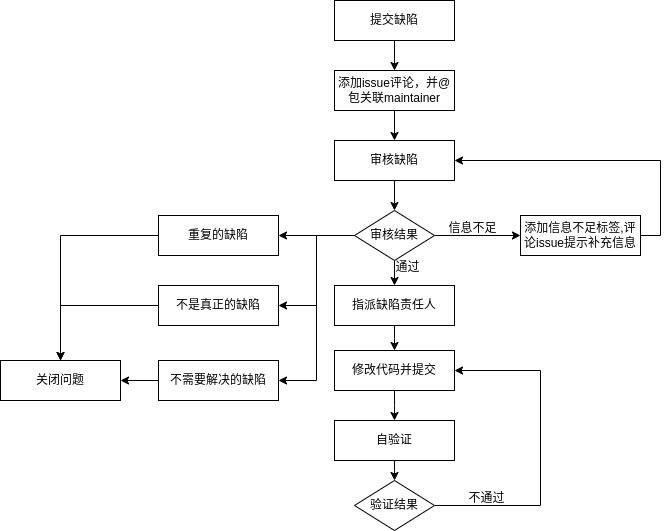
This is 缺陷issue处理流程.png from weijiang1994/draw-io, a draw.io export, as it was before one commit. Source tidied: cells renumbered, new cells last; positions are measured from the earlier drawing's top-left corner, leaving out a move shared by most shapes.
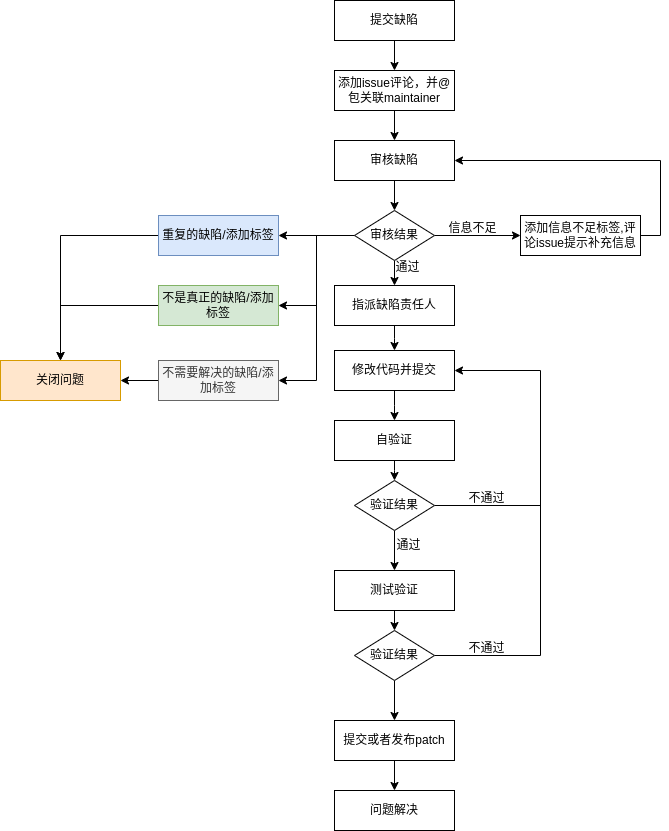
Later version of the same file.

Commit message:
更新缺陷issue处理流程.png

The edit, as a diff of the source:
```diff
@@ -37,7 +37,7 @@
     <mxCell id="12" style="edgeStyle=orthogonalEdgeStyle;rounded=0;jettySize=auto;html=1;exitX=0;exitY=0.5;exitDx=0;exitDy=0;entryX=1;entryY=0.5;entryDx=0;entryDy=0;fontSize=5;startArrow=none;startFill=0;endArrow=classic;endFill=1;elbow=vertical;" parent="1" edge="1" source="13" target="26">
       <mxGeometry relative="1" as="geometry" />
     </mxCell>
-    <mxCell id="13" value="审核结果" style="rhombus;whiteSpace=wrap;html=1;" parent="1" vertex="1">
+    <mxCell id="13" value="审核结果" style="rhombus;whiteSpace=wrap;html=1;rounded=0;" parent="1" vertex="1">
       <mxGeometry x="354" y="210" width="80" height="50" as="geometry" />
     </mxCell>
     <mxCell id="14" style="edgeStyle=orthogonalEdgeStyle;rounded=0;jettySize=auto;html=1;exitX=1;exitY=0.5;exitDx=0;exitDy=0;entryX=1;entryY=0.5;entryDx=0;entryDy=0;fontSize=5;" parent="1" edge="1" source="15" target="7">
@@ -46,10 +46,10 @@
     <mxCell id="15" value="添加信息不足标签,评论issue提示补充信息" style="rounded=0;whiteSpace=wrap;html=1;" parent="1" vertex="1">
       <mxGeometry x="520" y="215" width="120" height="40" as="geometry" />
     </mxCell>
-    <mxCell id="16" value="信息不足" style="text;html=1;align=center;verticalAlign=middle;strokeColor=none;fillColor=none;fontSize=5;" parent="1" vertex="1">
+    <mxCell id="16" value="信息不足" style="text;html=1;align=center;verticalAlign=middle;strokeColor=none;fillColor=none;fontSize=5;rounded=0;" parent="1" vertex="1">
       <mxGeometry x="442" y="223" width="60" height="10" as="geometry" />
     </mxCell>
-    <mxCell id="17" value="关闭问题" style="rounded=0;whiteSpace=wrap;html=1;" parent="1" vertex="1">
+    <mxCell id="17" value="关闭问题" style="rounded=0;whiteSpace=wrap;html=1;fillColor=#ffe6cc;strokeColor=#d79b00;" parent="1" vertex="1">
       <mxGeometry y="360" width="120" height="40" as="geometry" />
     </mxCell>
     <mxCell id="18" style="edgeStyle=elbowEdgeStyle;rounded=0;jettySize=auto;elbow=vertical;html=1;exitX=0.5;exitY=1;exitDx=0;exitDy=0;entryX=0.5;entryY=0;entryDx=0;entryDy=0;fontSize=5;endArrow=classic;endFill=1;" parent="1" edge="1" source="19" target="29">
@@ -58,13 +58,13 @@
     <mxCell id="19" value="指派缺陷责任人" style="rounded=0;whiteSpace=wrap;html=1;" parent="1" vertex="1">
       <mxGeometry x="334" y="285" width="120" height="40" as="geometry" />
     </mxCell>
-    <mxCell id="20" value="通过" style="text;html=1;align=center;verticalAlign=middle;strokeColor=none;fillColor=none;fontSize=5;" parent="1" vertex="1">
+    <mxCell id="20" value="通过" style="text;html=1;align=center;verticalAlign=middle;strokeColor=none;fillColor=none;fontSize=5;rounded=0;" parent="1" vertex="1">
       <mxGeometry x="387" y="262" width="40" height="10" as="geometry" />
     </mxCell>
     <mxCell id="21" style="edgeStyle=orthogonalEdgeStyle;rounded=0;jettySize=auto;html=1;exitX=0;exitY=0.5;exitDx=0;exitDy=0;entryX=0.5;entryY=0;entryDx=0;entryDy=0;fontSize=5;startArrow=none;startFill=0;endArrow=classic;endFill=1;elbow=vertical;" parent="1" edge="1" source="22" target="17">
       <mxGeometry relative="1" as="geometry" />
     </mxCell>
-    <mxCell id="22" value="重复的缺陷" style="rounded=0;whiteSpace=wrap;html=1;" parent="1" vertex="1">
+    <mxCell id="22" value="重复的缺陷/添加标签" style="rounded=0;whiteSpace=wrap;html=1;fillColor=#dae8fc;strokeColor=#6c8ebf;" parent="1" vertex="1">
       <mxGeometry x="158" y="215" width="120" height="40" as="geometry" />
     </mxCell>
     <mxCell id="23" style="edgeStyle=orthogonalEdgeStyle;rounded=0;jettySize=auto;html=1;exitX=0;exitY=0.5;exitDx=0;exitDy=0;fontSize=5;startArrow=none;startFill=0;endArrow=classic;endFill=1;elbow=vertical;" parent="1" edge="1" source="24">
@@ -72,13 +72,13 @@
         <mxPoint x="60" y="360" as="targetPoint" />
       </mxGeometry>
     </mxCell>
-    <mxCell id="24" value="不是真正的缺陷" style="rounded=0;whiteSpace=wrap;html=1;" parent="1" vertex="1">
+    <mxCell id="24" value="不是真正的缺陷/添加标签" style="rounded=0;whiteSpace=wrap;html=1;fillColor=#d5e8d4;strokeColor=#82b366;" parent="1" vertex="1">
       <mxGeometry x="158" y="285" width="120" height="40" as="geometry" />
     </mxCell>
     <mxCell id="25" style="edgeStyle=orthogonalEdgeStyle;rounded=0;jettySize=auto;html=1;exitX=0;exitY=0.5;exitDx=0;exitDy=0;entryX=1;entryY=0.5;entryDx=0;entryDy=0;fontSize=5;startArrow=none;startFill=0;endArrow=classic;endFill=1;elbow=vertical;" parent="1" edge="1" source="26" target="17">
       <mxGeometry relative="1" as="geometry" />
     </mxCell>
-    <mxCell id="26" value="不需要解决的缺陷" style="rounded=0;whiteSpace=wrap;html=1;" parent="1" vertex="1">
+    <mxCell id="26" value="不需要解决的缺陷/添加标签" style="rounded=0;whiteSpace=wrap;html=1;fillColor=#f5f5f5;fontColor=#333333;strokeColor=#666666;" parent="1" vertex="1">
       <mxGeometry x="158" y="360" width="120" height="40" as="geometry" />
     </mxCell>
     <mxCell id="27" style="edgeStyle=elbowEdgeStyle;rounded=0;jettySize=auto;elbow=vertical;html=1;exitX=0.5;exitY=1;exitDx=0;exitDy=0;fontSize=5;endArrow=classic;endFill=1;" parent="1" edge="1" source="29" target="31">
@@ -103,11 +103,46 @@
         <mxPoint x="540" y="370" as="targetPoint" />
       </mxGeometry>
     </mxCell>
+    <mxCell id="35" style="edgeStyle=orthogonalEdgeStyle;jettySize=auto;html=1;exitX=0.5;exitY=1;exitDx=0;exitDy=0;fontSize=5;startArrow=none;startFill=0;endArrow=classic;endFill=1;elbow=vertical;" parent="1" edge="1" source="33" target="37">
+      <mxGeometry relative="1" as="geometry" />
+    </mxCell>
-    <mxCell id="33" value="验证结果" style="rhombus;whiteSpace=wrap;html=1;" parent="1" vertex="1">
+    <mxCell id="33" value="验证结果" style="rhombus;whiteSpace=wrap;html=1;rounded=0;" parent="1" vertex="1">
       <mxGeometry x="354" y="480" width="80" height="50" as="geometry" />
     </mxCell>
-    <mxCell id="34" value="不通过" style="text;html=1;align=center;verticalAlign=middle;strokeColor=none;fillColor=none;fontSize=5;" parent="1" vertex="1">
+    <mxCell id="34" value="不通过" style="text;html=1;align=center;verticalAlign=middle;strokeColor=none;fillColor=none;fontSize=5;rounded=0;" parent="1" vertex="1">
       <mxGeometry x="461" y="493" width="50" height="10" as="geometry" />
     </mxCell>
+    <mxCell id="36" style="edgeStyle=orthogonalEdgeStyle;jettySize=auto;html=1;exitX=0.5;exitY=1;exitDx=0;exitDy=0;entryX=0.5;entryY=0;entryDx=0;entryDy=0;fontSize=5;startArrow=none;startFill=0;endArrow=classic;endFill=1;elbow=vertical;" parent="1" edge="1" source="37" target="40">
+      <mxGeometry relative="1" as="geometry" />
+    </mxCell>
+    <mxCell id="37" value="测试验证" style="rounded=0;whiteSpace=wrap;html=1;" parent="1" vertex="1">
+      <mxGeometry x="334" y="570" width="120" height="40" as="geometry" />
+    </mxCell>
+    <mxCell id="38" style="edgeStyle=orthogonalEdgeStyle;jettySize=auto;html=1;exitX=1;exitY=0.5;exitDx=0;exitDy=0;fontSize=5;startArrow=none;startFill=0;endArrow=none;endFill=0;elbow=vertical;rounded=0;" parent="1" edge="1" source="40">
+      <mxGeometry relative="1" as="geometry">
+        <mxPoint x="540" y="480" as="targetPoint" />
+      </mxGeometry>
+    </mxCell>
+    <mxCell id="39" style="edgeStyle=orthogonalEdgeStyle;rounded=0;jettySize=auto;html=1;exitX=0.5;exitY=1;exitDx=0;exitDy=0;entryX=0.5;entryY=0;entryDx=0;entryDy=0;fontSize=5;startArrow=none;startFill=0;endArrow=classic;endFill=1;elbow=vertical;" parent="1" edge="1" source="40" target="44">
+      <mxGeometry relative="1" as="geometry" />
+    </mxCell>
+    <mxCell id="40" value="验证结果" style="rhombus;whiteSpace=wrap;html=1;rounded=0;" parent="1" vertex="1">
+      <mxGeometry x="354" y="630" width="80" height="50" as="geometry" />
+    </mxCell>
+    <mxCell id="41" value="不通过" style="text;html=1;align=center;verticalAlign=middle;strokeColor=none;fillColor=none;fontSize=5;rounded=0;" parent="1" vertex="1">
+      <mxGeometry x="461" y="643" width="50" height="10" as="geometry" />
+    </mxCell>
+    <mxCell id="42" value="通过" style="text;html=1;align=center;verticalAlign=middle;strokeColor=none;fillColor=none;fontSize=5;rounded=0;" parent="1" vertex="1">
+      <mxGeometry x="388" y="540" width="40" height="10" as="geometry" />
+    </mxCell>
+    <mxCell id="43" style="edgeStyle=orthogonalEdgeStyle;rounded=0;jettySize=auto;html=1;exitX=0.5;exitY=1;exitDx=0;exitDy=0;entryX=0.5;entryY=0;entryDx=0;entryDy=0;fontSize=5;startArrow=none;startFill=0;endArrow=classic;endFill=1;elbow=vertical;" parent="1" edge="1" source="44" target="45">
+      <mxGeometry relative="1" as="geometry" />
+    </mxCell>
+    <mxCell id="44" value="提交或者发布patch" style="rounded=0;whiteSpace=wrap;html=1;" parent="1" vertex="1">
+      <mxGeometry x="334" y="720" width="120" height="40" as="geometry" />
+    </mxCell>
+    <mxCell id="45" value="问题解决" style="rounded=0;whiteSpace=wrap;html=1;" parent="1" vertex="1">
+      <mxGeometry x="334" y="790" width="120" height="40" as="geometry" />
+    </mxCell>
   </root>
 </mxGraphModel>
```
